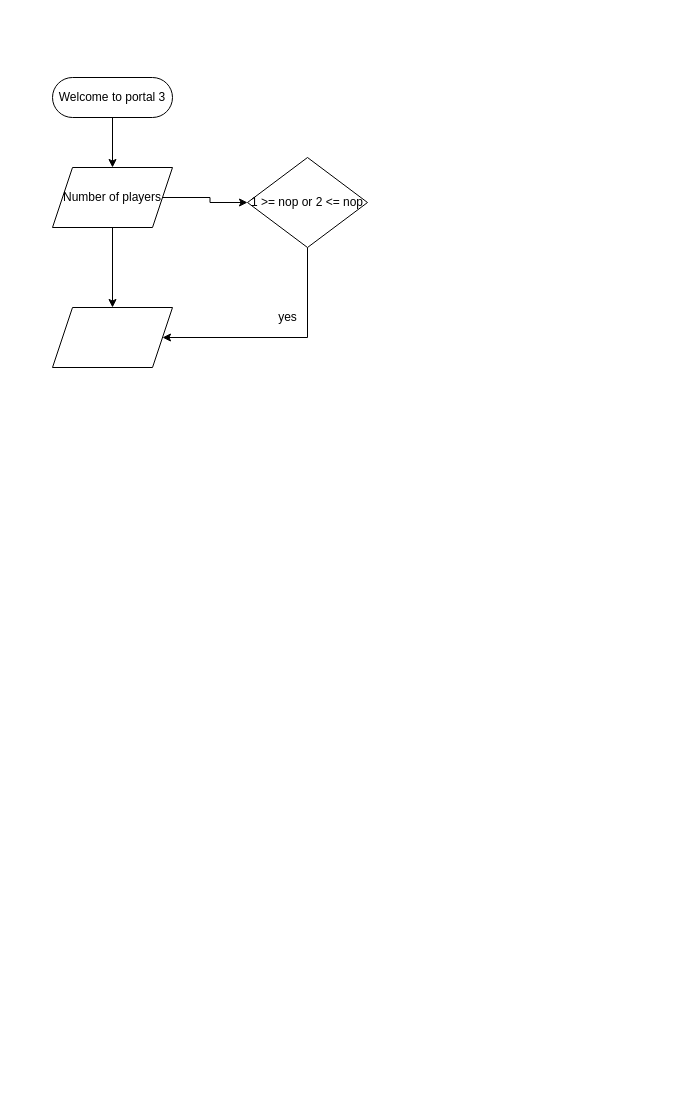
Above: portalspy flowchart.drawio in Albkset2/High-and-low (draw.io), before the change. Source tidied: cells renumbered, new cells numbered last; positions are measured from the earlier drawing's top-left corner, leaving out a move shared by most shapes. Both pictures are drawn from the tidied source at 100%, with x=0, y=0 at pixel (52, 77).
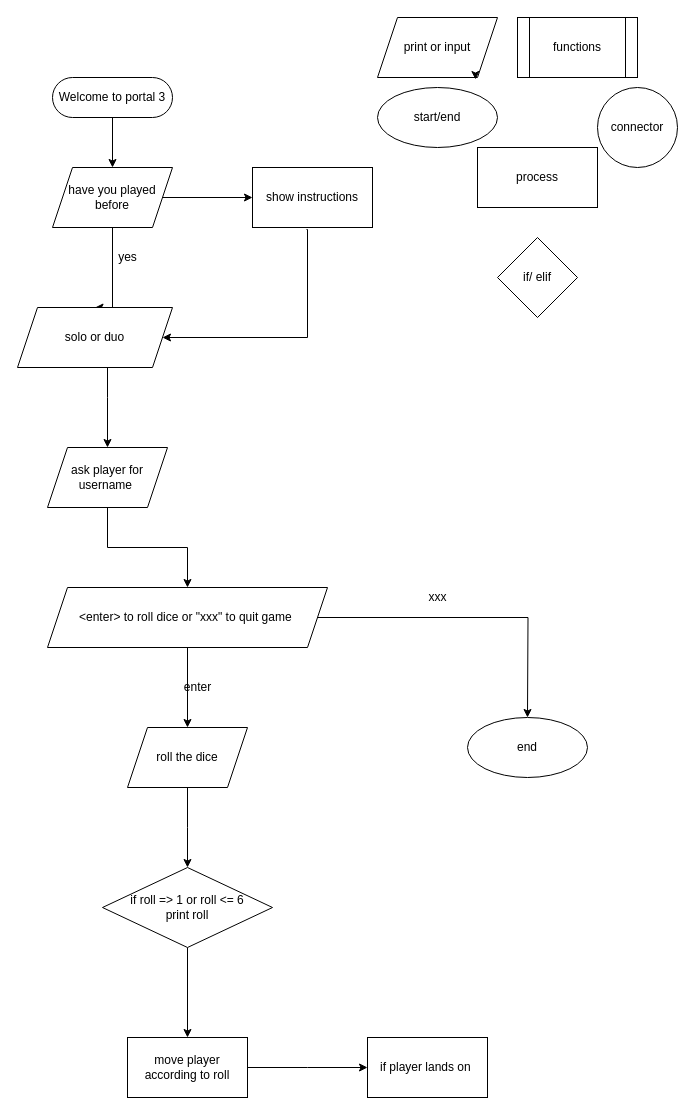
The same page after the edit.

Diff of the diagram source:
```diff
@@
-    <mxCell id="4" style="edgeStyle=orthogonalEdgeStyle;rounded=0;jettySize=auto;html=1;entryX=0;entryY=0.5;entryDx=0;entryDy=0;" parent="1" edge="1" source="6" target="8">
-      <mxGeometry relative="1" as="geometry" />
-    </mxCell>
     <mxCell id="5" style="edgeStyle=orthogonalEdgeStyle;rounded=0;jettySize=auto;html=1;entryX=0.5;entryY=0;entryDx=0;entryDy=0;" parent="1" edge="1" source="6" target="9">
-      <mxGeometry relative="1" as="geometry" />
+      <mxGeometry relative="1" as="geometry">
+        <Array as="points">
+          <mxPoint x="60" y="230" />
+        </Array>
+      </mxGeometry>
     </mxCell>
+    <mxCell id="11" style="edgeStyle=orthogonalEdgeStyle;rounded=0;jettySize=auto;html=1;" parent="1" edge="1" source="6" target="22">
+      <mxGeometry relative="1" as="geometry" />
+    </mxCell>
-    <mxCell id="6" value="Number of players" style="shape=parallelogram;perimeter=parallelogramPerimeter;whiteSpace=wrap;html=1;fixedSize=1;" parent="1" vertex="1">
+    <mxCell id="6" value="have you played before" style="shape=parallelogram;perimeter=parallelogramPerimeter;whiteSpace=wrap;html=1;fixedSize=1;" parent="1" vertex="1">
       <mxGeometry y="90" width="120" height="60" as="geometry" />
     </mxCell>
-    <mxCell id="7" style="edgeStyle=orthogonalEdgeStyle;rounded=0;jettySize=auto;html=1;" parent="1" edge="1" source="8" target="9">
+    <mxCell id="7" style="edgeStyle=orthogonalEdgeStyle;rounded=0;jettySize=auto;html=1;exitX=0.45;exitY=1.033;exitDx=0;exitDy=0;exitPerimeter=0;" parent="1" edge="1" source="22" target="9">
       <mxGeometry relative="1" as="geometry">
         <Array as="points">
+          <mxPoint x="255" y="152" />
           <mxPoint x="255" y="260" />
         </Array>
       </mxGeometry>
     </mxCell>
-    <mxCell id="8" value="1 &amp;gt;= nop or 2 &amp;lt;= nop" style="rhombus;whiteSpace=wrap;html=1;" parent="1" vertex="1">
-      <mxGeometry x="195" y="80" width="120" height="90" as="geometry" />
-    </mxCell>
+    <mxCell id="12" style="edgeStyle=orthogonalEdgeStyle;rounded=0;jettySize=auto;html=1;" parent="1" edge="1" source="9" target="14">
+      <mxGeometry relative="1" as="geometry">
+        <Array as="points">
+          <mxPoint x="55" y="320" />
+          <mxPoint x="55" y="320" />
+        </Array>
+      </mxGeometry>
+    </mxCell>
-    <mxCell id="9" style="shape=parallelogram;perimeter=parallelogramPerimeter;whiteSpace=wrap;html=1;fixedSize=1;" parent="1" vertex="1">
-      <mxGeometry y="230" width="120" height="60" as="geometry" />
+    <mxCell id="9" value="solo or duo" style="shape=parallelogram;perimeter=parallelogramPerimeter;whiteSpace=wrap;html=1;fixedSize=1;" parent="1" vertex="1">
+      <mxGeometry x="-35" y="230" width="155" height="60" as="geometry" />
     </mxCell>
     <mxCell id="10" value="yes" style="text;html=1;align=center;verticalAlign=middle;strokeColor=none;" parent="1" vertex="1">
-      <mxGeometry x="220" y="230" width="30" height="20" as="geometry" />
+      <mxGeometry x="60" y="170" width="30" height="20" as="geometry" />
     </mxCell>
+    <mxCell id="13" style="edgeStyle=orthogonalEdgeStyle;rounded=0;jettySize=auto;html=1;" parent="1" edge="1" source="14" target="25">
+      <mxGeometry relative="1" as="geometry" />
+    </mxCell>
+    <mxCell id="14" value="ask player for username&amp;nbsp;" style="shape=parallelogram;perimeter=parallelogramPerimeter;whiteSpace=wrap;html=1;fixedSize=1;" parent="1" vertex="1">
+      <mxGeometry x="-5" y="370" width="120" height="60" as="geometry" />
+    </mxCell>
+    <mxCell id="15" value="print or input" style="shape=parallelogram;perimeter=parallelogramPerimeter;whiteSpace=wrap;html=1;fixedSize=1;" parent="1" vertex="1">
+      <mxGeometry x="325" y="-60" width="120" height="60" as="geometry" />
+    </mxCell>
+    <mxCell id="16" value="functions" style="shape=process;whiteSpace=wrap;html=1;backgroundOutline=1;" parent="1" vertex="1">
+      <mxGeometry x="465" y="-60" width="120" height="60" as="geometry" />
+    </mxCell>
+    <mxCell id="17" style="edgeStyle=orthogonalEdgeStyle;rounded=0;orthogonalLoop=1;jettySize=auto;html=1;exitX=0.75;exitY=1;exitDx=0;exitDy=0;entryX=0.817;entryY=1.033;entryDx=0;entryDy=0;entryPerimeter=0;" parent="1" edge="1" source="15" target="15">
+      <mxGeometry relative="1" as="geometry" />
+    </mxCell>
+    <mxCell id="18" value="start/end" style="ellipse;whiteSpace=wrap;html=1;" parent="1" vertex="1">
+      <mxGeometry x="325" y="10" width="120" height="60" as="geometry" />
+    </mxCell>
+    <mxCell id="19" value="if/ elif" style="rhombus;whiteSpace=wrap;html=1;" parent="1" vertex="1">
+      <mxGeometry x="445" y="160" width="80" height="80" as="geometry" />
+    </mxCell>
+    <mxCell id="20" value="connector" style="ellipse;whiteSpace=wrap;html=1;" parent="1" vertex="1">
+      <mxGeometry x="545" y="10" width="80" height="80" as="geometry" />
+    </mxCell>
+    <mxCell id="21" value="process" style="whiteSpace=wrap;html=1;" parent="1" vertex="1">
+      <mxGeometry x="425" y="70" width="120" height="60" as="geometry" />
+    </mxCell>
+    <mxCell id="22" value="show instructions" style="whiteSpace=wrap;html=1;" parent="1" vertex="1">
+      <mxGeometry x="200" y="90" width="120" height="60" as="geometry" />
+    </mxCell>
+    <mxCell id="23" style="edgeStyle=orthogonalEdgeStyle;rounded=0;jettySize=auto;html=1;" parent="1" edge="1" source="25" target="27">
+      <mxGeometry relative="1" as="geometry" />
+    </mxCell>
+    <mxCell id="24" style="edgeStyle=orthogonalEdgeStyle;rounded=0;jettySize=auto;html=1;" parent="1" edge="1" source="25">
+      <mxGeometry relative="1" as="geometry">
+        <mxPoint x="475" y="640" as="targetPoint" />
+      </mxGeometry>
+    </mxCell>
+    <mxCell id="25" value="&amp;lt;enter&amp;gt; to roll dice or &quot;xxx&quot; to quit game&amp;nbsp;" style="shape=parallelogram;perimeter=parallelogramPerimeter;whiteSpace=wrap;html=1;fixedSize=1;" parent="1" vertex="1">
+      <mxGeometry x="-5" y="510" width="280" height="60" as="geometry" />
+    </mxCell>
+    <mxCell id="26" style="edgeStyle=orthogonalEdgeStyle;rounded=0;jettySize=auto;html=1;" parent="1" edge="1" source="27">
+      <mxGeometry relative="1" as="geometry">
+        <mxPoint x="135" y="790" as="targetPoint" />
+      </mxGeometry>
+    </mxCell>
+    <mxCell id="27" value="roll the dice" style="shape=parallelogram;perimeter=parallelogramPerimeter;whiteSpace=wrap;html=1;fixedSize=1;" parent="1" vertex="1">
+      <mxGeometry x="75" y="650" width="120" height="60" as="geometry" />
+    </mxCell>
+    <mxCell id="28" value="enter" style="text;html=1;align=center;verticalAlign=middle;strokeColor=none;" parent="1" vertex="1">
+      <mxGeometry x="125" y="600" width="40" height="20" as="geometry" />
+    </mxCell>
+    <mxCell id="29" value="end" style="ellipse;whiteSpace=wrap;html=1;" parent="1" vertex="1">
+      <mxGeometry x="415" y="640" width="120" height="60" as="geometry" />
+    </mxCell>
+    <mxCell id="30" value="xxx" style="text;html=1;align=center;verticalAlign=middle;strokeColor=none;" parent="1" vertex="1">
+      <mxGeometry x="370" y="510" width="30" height="20" as="geometry" />
+    </mxCell>
+    <mxCell id="31" style="edgeStyle=orthogonalEdgeStyle;rounded=0;jettySize=auto;html=1;" parent="1" edge="1" source="32" target="34">
+      <mxGeometry relative="1" as="geometry" />
+    </mxCell>
+    <mxCell id="32" value="if roll =&amp;gt; 1 or roll &amp;lt;= 6&lt;br&gt;print roll" style="rhombus;whiteSpace=wrap;html=1;" parent="1" vertex="1">
+      <mxGeometry x="50" y="790" width="170" height="80" as="geometry" />
+    </mxCell>
+    <mxCell id="33" style="edgeStyle=orthogonalEdgeStyle;rounded=0;jettySize=auto;html=1;" parent="1" edge="1" source="34">
+      <mxGeometry relative="1" as="geometry">
+        <mxPoint x="315" y="990" as="targetPoint" />
+      </mxGeometry>
+    </mxCell>
+    <mxCell id="34" value="move player according to roll" style="whiteSpace=wrap;html=1;" parent="1" vertex="1">
+      <mxGeometry x="75" y="960" width="120" height="60" as="geometry" />
+    </mxCell>
+    <mxCell id="35" value="if player lands on&amp;nbsp;" style="whiteSpace=wrap;html=1;" parent="1" vertex="1">
+      <mxGeometry x="315" y="960" width="120" height="60" as="geometry" />
+    </mxCell>
```
